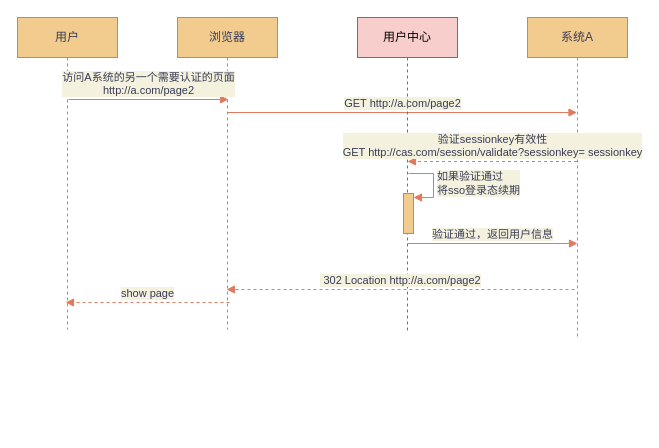
Before: CAS用户登录流程3.drawio in liliang1213/diagram, a draw.io diagram. Source tidied: cells renumbered, new cells numbered last; positions are measured from the earlier drawing's top-left corner, leaving out a move shared by most shapes. Both pictures are drawn from the tidied source at 100%, with x=0, y=0 at pixel (17, 17).
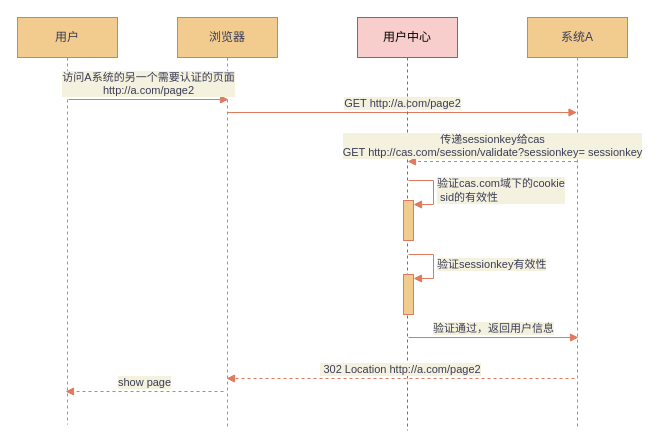
The same diagram, later.

Commit message:
Update CAS用户登录流程3.drawio

What changed in the source:
```diff
@@
     <mxCell id="2" value="用户" style="shape=umlLifeline;perimeter=lifelinePerimeter;whiteSpace=wrap;html=1;fillColor=#F2CC8F;strokeColor=#E07A5F;fontColor=#393C56;" parent="1" vertex="1">
-      <mxGeometry width="100" height="312" as="geometry" />
+      <mxGeometry width="100" height="407" as="geometry" />
     </mxCell>
     <mxCell id="3" value="浏览器" style="shape=umlLifeline;perimeter=lifelinePerimeter;whiteSpace=wrap;html=1;fillColor=#F2CC8F;strokeColor=#E07A5F;fontColor=#393C56;" parent="1" vertex="1">
-      <mxGeometry x="160" width="100" height="312" as="geometry" />
+      <mxGeometry x="160" width="100" height="410" as="geometry" />
     </mxCell>
@@
     <mxCell id="5" value="用户中心" style="shape=umlLifeline;perimeter=lifelinePerimeter;whiteSpace=wrap;html=1;fillColor=#f8cecc;strokeColor=#b85450;" parent="1" vertex="1">
-      <mxGeometry x="340" width="100" height="313" as="geometry" />
+      <mxGeometry x="340" width="100" height="413" as="geometry" />
     </mxCell>
-    <mxCell id="6" value="如果验证通过&lt;br&gt;将sso登录态续期" style="edgeStyle=orthogonalEdgeStyle;html=1;align=left;spacingLeft=2;endArrow=block;rounded=0;entryX=1;entryY=0;strokeColor=#E07A5F;fontColor=#393C56;labelBackgroundColor=#F4F1DE;" parent="5" edge="1">
+    <mxCell id="6" value="验证sessionkey有效性" style="edgeStyle=orthogonalEdgeStyle;html=1;align=left;spacingLeft=2;endArrow=block;rounded=0;entryX=1;entryY=0;strokeColor=#E07A5F;fontColor=#393C56;labelBackgroundColor=#F4F1DE;" parent="5" edge="1">
       <mxGeometry relative="1" as="geometry">
-        <mxPoint x="51" y="156" as="sourcePoint" />
-        <mxPoint x="56" y="180" as="targetPoint" />
+        <mxPoint x="51" y="237" as="sourcePoint" />
+        <mxPoint x="56" y="261" as="targetPoint" />
         <Array as="points">
-          <mxPoint x="76" y="156" />
+          <mxPoint x="76" y="237" />
         </Array>
       </mxGeometry>
     </mxCell>
     <mxCell id="7" style="html=1;perimeter=orthogonalPerimeter;fillColor=#F2CC8F;strokeColor=#E07A5F;fontColor=#393C56;" parent="5" vertex="1">
-      <mxGeometry x="46" y="176" width="10" height="40" as="geometry" />
+      <mxGeometry x="46" y="257" width="10" height="40" as="geometry" />
     </mxCell>
+    <mxCell id="14" value="验证cas.com域下的cookie&lt;br&gt;&amp;nbsp;sid的有效性" style="edgeStyle=orthogonalEdgeStyle;html=1;align=left;spacingLeft=2;endArrow=block;rounded=0;entryX=1;entryY=0;strokeColor=#E07A5F;fontColor=#393C56;labelBackgroundColor=#F4F1DE;" parent="5" edge="1">
+      <mxGeometry relative="1" as="geometry">
+        <mxPoint x="51" y="163" as="sourcePoint" />
+        <mxPoint x="56" y="187" as="targetPoint" />
+        <Array as="points">
+          <mxPoint x="76" y="163" />
+        </Array>
+      </mxGeometry>
+    </mxCell>
+    <mxCell id="15" style="html=1;perimeter=orthogonalPerimeter;fillColor=#F2CC8F;strokeColor=#E07A5F;fontColor=#393C56;" parent="5" vertex="1">
+      <mxGeometry x="46" y="183" width="10" height="40" as="geometry" />
+    </mxCell>
     <mxCell id="8" value="系统A" style="shape=umlLifeline;perimeter=lifelinePerimeter;whiteSpace=wrap;html=1;fillColor=#F2CC8F;strokeColor=#E07A5F;fontColor=#393C56;" parent="1" vertex="1">
-      <mxGeometry x="510" width="100" height="320" as="geometry" />
+      <mxGeometry x="510" width="100" height="410" as="geometry" />
     </mxCell>
-    <mxCell id="9" value="验证sessionkey有效性&lt;br&gt;GET http://cas.com/session/validate?sessionkey=&amp;nbsp;sessionkey" style="html=1;verticalAlign=bottom;endArrow=block;strokeColor=#E07A5F;fontColor=#393C56;dashed=1;labelBackgroundColor=#F4F1DE;" parent="1" edge="1">
+    <mxCell id="9" value="传递sessionkey给cas&lt;br&gt;GET http://cas.com/session/validate?sessionkey=&amp;nbsp;sessionkey" style="html=1;verticalAlign=bottom;endArrow=block;strokeColor=#E07A5F;fontColor=#393C56;dashed=1;labelBackgroundColor=#F4F1DE;" parent="1" edge="1">
       <mxGeometry relative="1" as="geometry">
         <mxPoint x="559.5" y="144" as="sourcePoint" />
         <mxPoint x="390" y="144" as="targetPoint" />
       </mxGeometry>
     </mxCell>
     <mxCell id="10" value="验证通过，返回用户信息" style="html=1;verticalAlign=bottom;endArrow=block;strokeColor=#E07A5F;fontColor=#393C56;labelBackgroundColor=#F4F1DE;" parent="1" edge="1">
       <mxGeometry relative="1" as="geometry">
-        <mxPoint x="390" y="226" as="sourcePoint" />
-        <mxPoint x="560" y="226" as="targetPoint" />
+        <mxPoint x="391" y="320" as="sourcePoint" />
+        <mxPoint x="561" y="320" as="targetPoint" />
       </mxGeometry>
     </mxCell>
     <mxCell id="11" value="&amp;nbsp;302 Location http://a.com/page2" style="html=1;verticalAlign=bottom;endArrow=block;strokeColor=#E07A5F;fontColor=#393C56;dashed=1;labelBackgroundColor=#F4F1DE;" parent="1" edge="1">
       <mxGeometry relative="1" as="geometry">
-        <mxPoint x="557" y="272" as="sourcePoint" />
-        <mxPoint x="209" y="272" as="targetPoint" />
+        <mxPoint x="557" y="361" as="sourcePoint" />
+        <mxPoint x="209" y="361" as="targetPoint" />
       </mxGeometry>
     </mxCell>
     <mxCell id="12" value="show page" style="html=1;verticalAlign=bottom;endArrow=block;strokeColor=#E07A5F;fontColor=#393C56;dashed=1;labelBackgroundColor=#F4F1DE;" parent="1" edge="1">
       <mxGeometry relative="1" as="geometry">
-        <mxPoint x="212" y="285" as="sourcePoint" />
-        <mxPoint x="48" y="285" as="targetPoint" />
+        <mxPoint x="206" y="374" as="sourcePoint" />
+        <mxPoint x="48" y="374" as="targetPoint" />
       </mxGeometry>
     </mxCell>
```
